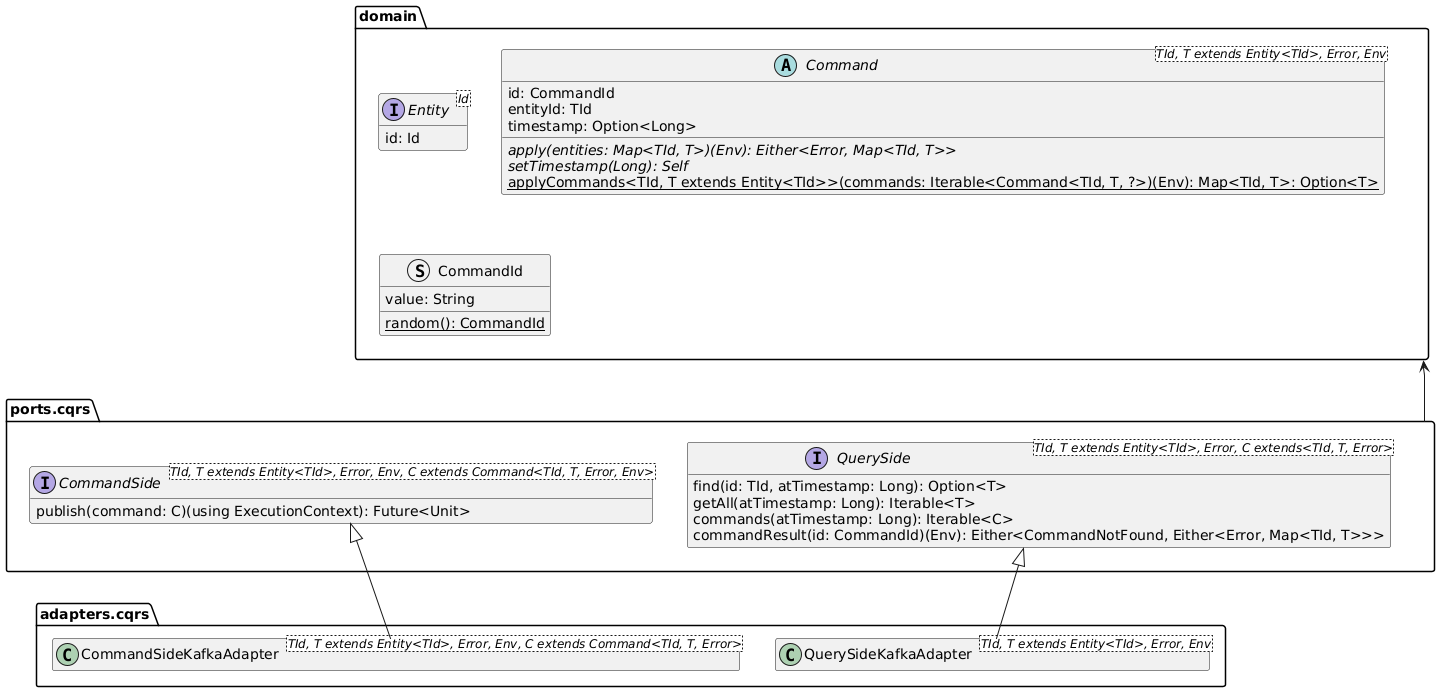
Earlier version of the PlantUML export doc/diagrams/cqrs-es-domain-model.png (Ventus218/SAP-assignment-03).
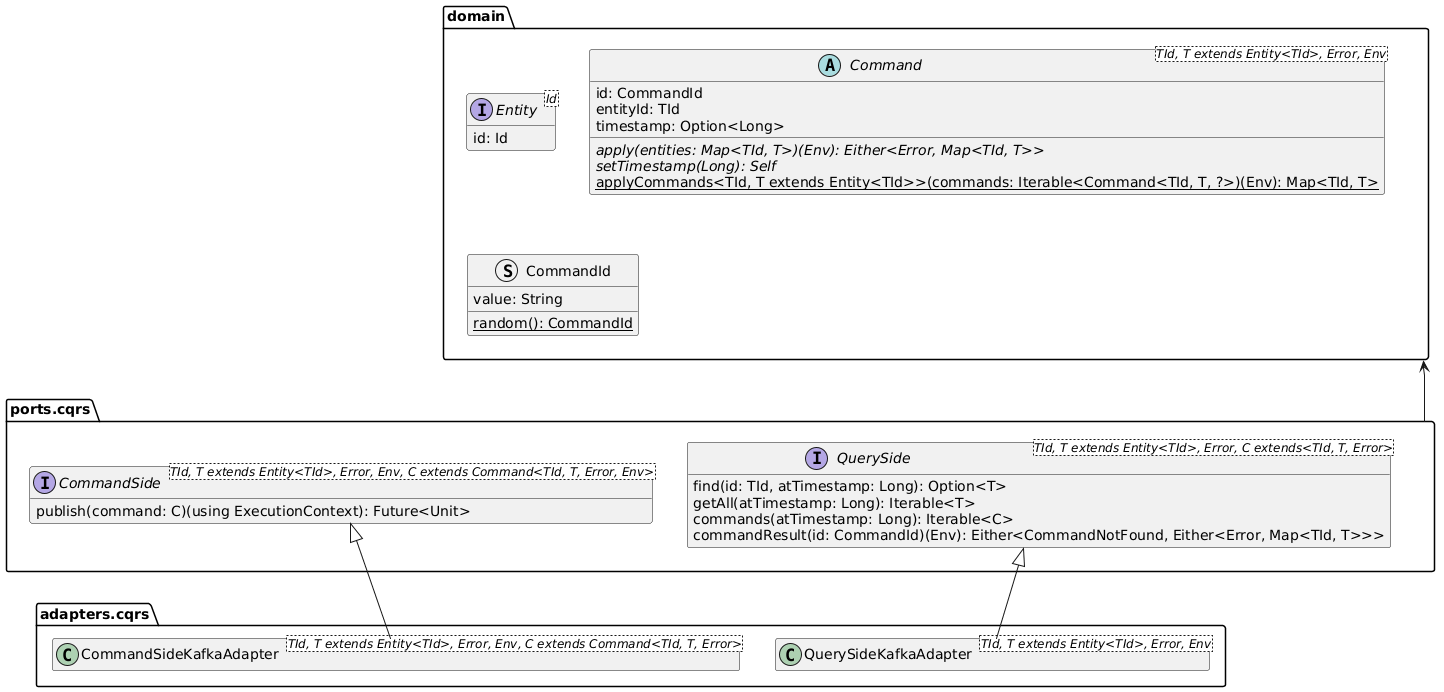
The same file after the commit.

The edit, as a diff of the source:
```diff
@@ -14,7 +14,7 @@
         timestamp: Option<Long>
         {abstract} apply(entities: Map<TId, T>)(Env): Either<Error, Map<TId, T>>
         {abstract} setTimestamp(Long): Self
-        {static} applyCommands<TId, T extends Entity<TId>>(commands: Iterable<Command<TId, T, ?>)(Env): Map<TId, T>: Option<T>
+        {static} applyCommands<TId, T extends Entity<TId>>(commands: Iterable<Command<TId, T, ?>)(Env): Map<TId, T>
     }
     !endsub
 
```
